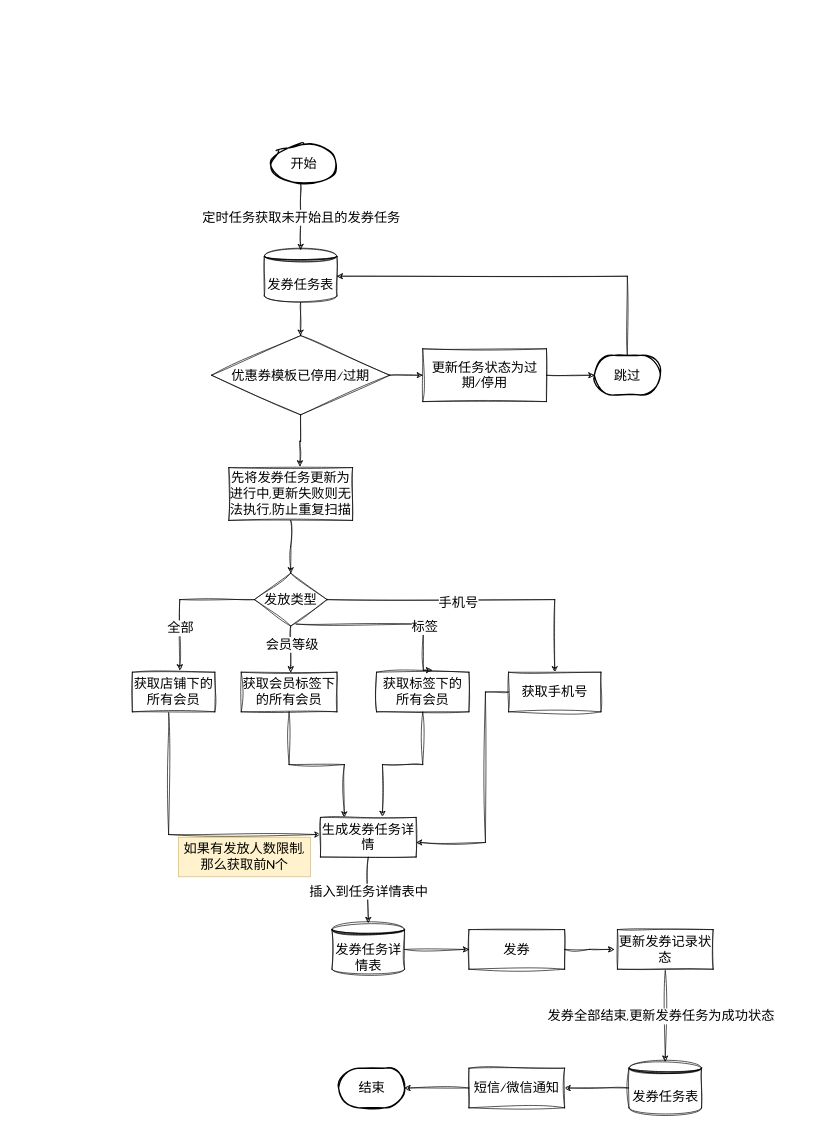
Before: 发券任务流程.drawio in CodeShowZz/PicGo, a draw.io diagram. Source tidied: cells renumbered, new cells numbered last; positions are measured from the earlier drawing's top-left corner, leaving out a move shared by most shapes. Both pictures are drawn from the tidied source at 66%, with x=0, y=0 at pixel (132, 144).
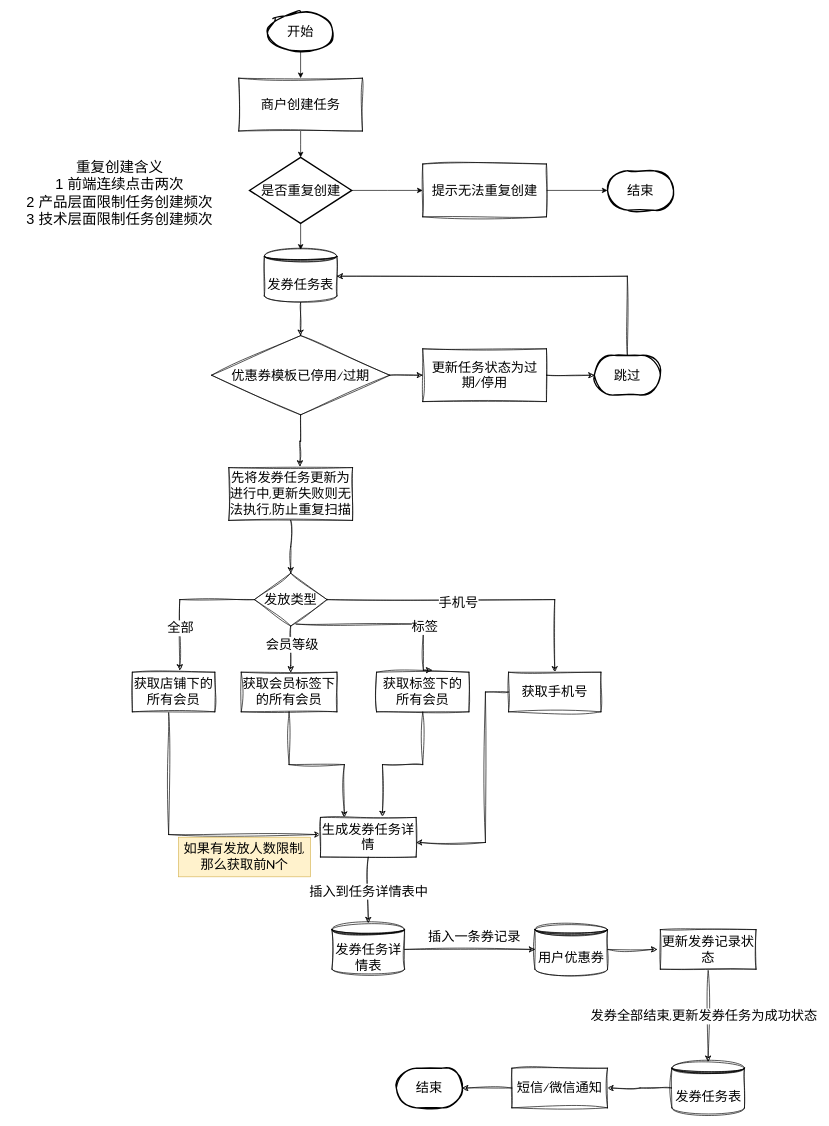
The same page after the edit.

Commit message:
更新发券任务流程.drawio

The change refers to these unchanged cells:
```xml
<mxCell id="5" value="发券任务表" style="shape=datastore;whiteSpace=wrap;html=1;sketch=1;hachureGap=4;jiggle=2;curveFitting=1;fontFamily=Architects Daughter;fontSize=20;" parent="1" vertex="1">
  <mxGeometry x="200" y="160" width="110" height="80" as="geometry" />
</mxCell>
<mxCell id="30" value="发券任务详情表" style="shape=datastore;whiteSpace=wrap;html=1;sketch=1;hachureGap=4;jiggle=2;curveFitting=1;fontFamily=Architects Daughter;fontSize=20;" parent="1" vertex="1">
  <mxGeometry x="302.5" y="1180" width="110" height="80" as="geometry" />
</mxCell>
```

Change to the diagram source:
```diff
@@
-    <mxCell id="2" style="edgeStyle=orthogonalEdgeStyle;rounded=0;sketch=1;hachureGap=4;jiggle=2;curveFitting=1;jettySize=auto;html=1;fontFamily=Architects Daughter;fontSize=16;" parent="1" edge="1" target="5">
-      <mxGeometry relative="1" as="geometry">
-        <mxPoint x="255" y="60" as="sourcePoint" />
-      </mxGeometry>
-    </mxCell>
-    <mxCell id="3" value="定时任务获取未开始且的发券任务" style="edgeLabel;html=1;align=center;verticalAlign=middle;fontSize=20;fontFamily=Architects Daughter;" parent="2" vertex="1">
-      <mxGeometry x="-0.26" y="-5" relative="1" as="geometry">
-        <mxPoint x="5" y="13" as="offset" />
-      </mxGeometry>
-    </mxCell>
@@
+    <mxCell id="49" style="edgeStyle=orthogonalEdgeStyle;rounded=0;jettySize=auto;html=1;entryX=0.5;entryY=0;entryDx=0;entryDy=0;" parent="1" edge="1" source="23" target="51">
+      <mxGeometry relative="1" as="geometry" />
+    </mxCell>
     <mxCell id="23" value="开始" style="strokeWidth=2;html=1;shape=mxgraph.flowchart.start_1;whiteSpace=wrap;sketch=1;hachureGap=4;jiggle=2;curveFitting=1;fontFamily=Architects Daughter;fontSize=20;" parent="1" vertex="1">
-      <mxGeometry x="210" width="100" height="60" as="geometry" />
+      <mxGeometry x="205" y="-200" width="100" height="60" as="geometry" />
     </mxCell>
@@
-    <mxCell id="29" style="edgeStyle=orthogonalEdgeStyle;rounded=0;sketch=1;hachureGap=4;jiggle=2;curveFitting=1;jettySize=auto;html=1;entryX=0;entryY=0.5;entryDx=0;entryDy=0;fontFamily=Architects Daughter;fontSize=16;" parent="1" edge="1" source="30" target="32">
-      <mxGeometry relative="1" as="geometry" />
-    </mxCell>
@@
-    <mxCell id="31" style="edgeStyle=orthogonalEdgeStyle;rounded=0;sketch=1;hachureGap=4;jiggle=2;curveFitting=1;jettySize=auto;html=1;fontFamily=Architects Daughter;fontSize=16;" parent="1" edge="1" source="32">
+    <mxCell id="31" style="edgeStyle=orthogonalEdgeStyle;rounded=0;sketch=1;hachureGap=4;jiggle=2;curveFitting=1;orthogonalLoop=1;jettySize=auto;html=1;fontFamily=Architects Daughter;fontSize=16;" parent="1" edge="1">
       <mxGeometry relative="1" as="geometry">
-        <mxPoint x="730" y="1220" as="targetPoint" />
+        <mxPoint x="720" y="1220" as="sourcePoint" />
+        <mxPoint x="795" y="1220" as="targetPoint" />
       </mxGeometry>
     </mxCell>
-    <mxCell id="32" value="发券" style="rounded=0;whiteSpace=wrap;html=1;sketch=1;hachureGap=4;jiggle=2;curveFitting=1;fontFamily=Architects Daughter;fontSize=20;" parent="1" vertex="1">
-      <mxGeometry x="510" y="1190" width="145" height="60" as="geometry" />
-    </mxCell>
@@
     <mxCell id="35" value="更新发券记录状态" style="rounded=0;whiteSpace=wrap;html=1;sketch=1;hachureGap=4;jiggle=2;curveFitting=1;fontFamily=Architects Daughter;fontSize=20;" parent="1" vertex="1">
-      <mxGeometry x="735" y="1190" width="145" height="60" as="geometry" />
+      <mxGeometry x="800" y="1190" width="145" height="60" as="geometry" />
     </mxCell>
@@
-    <mxCell id="44" style="edgeStyle=orthogonalEdgeStyle;rounded=0;sketch=1;hachureGap=4;jiggle=2;curveFitting=1;jettySize=auto;html=1;fontFamily=Architects Daughter;fontSize=16;" parent="1" edge="1" source="45" target="48">
-      <mxGeometry relative="1" as="geometry" />
+    <mxCell id="44" style="edgeStyle=orthogonalEdgeStyle;rounded=0;sketch=1;hachureGap=4;jiggle=2;curveFitting=1;jettySize=auto;html=1;fontFamily=Architects Daughter;fontSize=16;" parent="1" edge="1" source="45">
+      <mxGeometry relative="1" as="geometry">
+        <mxPoint x="720" y="1430" as="targetPoint" />
+      </mxGeometry>
     </mxCell>
     <mxCell id="45" value="发券任务表" style="shape=datastore;whiteSpace=wrap;html=1;sketch=1;hachureGap=4;jiggle=2;curveFitting=1;fontFamily=Architects Daughter;fontSize=20;" parent="1" vertex="1">
-      <mxGeometry x="752.5" y="1390" width="110" height="80" as="geometry" />
+      <mxGeometry x="817.5" y="1390" width="110" height="80" as="geometry" />
     </mxCell>
     <mxCell id="46" value="结束" style="strokeWidth=2;html=1;shape=mxgraph.flowchart.terminator;whiteSpace=wrap;sketch=1;hachureGap=4;jiggle=2;curveFitting=1;fontFamily=Architects Daughter;fontSize=20;" parent="1" vertex="1">
-      <mxGeometry x="312.5" y="1400" width="100" height="60" as="geometry" />
+      <mxGeometry x="400" y="1400" width="100" height="60" as="geometry" />
     </mxCell>
@@
     <mxCell id="48" value="短信/微信通知" style="rounded=0;whiteSpace=wrap;html=1;sketch=1;hachureGap=4;jiggle=2;curveFitting=1;fontFamily=Architects Daughter;fontSize=20;" parent="1" vertex="1">
-      <mxGeometry x="510" y="1400" width="145" height="60" as="geometry" />
+      <mxGeometry x="575" y="1400" width="145" height="60" as="geometry" />
     </mxCell>
+    <mxCell id="50" style="edgeStyle=orthogonalEdgeStyle;rounded=0;jettySize=auto;html=1;" parent="1" edge="1" source="51" target="54">
+      <mxGeometry relative="1" as="geometry" />
+    </mxCell>
+    <mxCell id="51" value="商户创建任务" style="rounded=0;whiteSpace=wrap;html=1;sketch=1;hachureGap=4;jiggle=2;curveFitting=1;fontFamily=Architects Daughter;fontSize=20;" parent="1" vertex="1">
+      <mxGeometry x="161.2" y="-100" width="187.5" height="80" as="geometry" />
+    </mxCell>
+    <mxCell id="52" style="edgeStyle=orthogonalEdgeStyle;rounded=0;jettySize=auto;html=1;entryX=0.5;entryY=0;entryDx=0;entryDy=0;" parent="1" edge="1" source="54" target="5">
+      <mxGeometry relative="1" as="geometry" />
+    </mxCell>
+    <mxCell id="53" style="edgeStyle=orthogonalEdgeStyle;rounded=0;jettySize=auto;html=1;" parent="1" edge="1" source="54">
+      <mxGeometry relative="1" as="geometry">
+        <mxPoint x="440" y="70" as="targetPoint" />
+      </mxGeometry>
+    </mxCell>
+    <mxCell id="54" value="是否重复创建" style="strokeWidth=2;html=1;shape=mxgraph.flowchart.decision;whiteSpace=wrap;fontSize=20;" parent="1" vertex="1">
+      <mxGeometry x="177.5" y="20" width="155" height="100" as="geometry" />
+    </mxCell>
+    <mxCell id="55" value="重复创建含义&lt;br style=&quot;font-size: 22px;&quot;&gt;1 前端连续点击两次&lt;br style=&quot;font-size: 22px;&quot;&gt;2 产品层面限制任务创建频次&lt;br style=&quot;font-size: 22px;&quot;&gt;3 技术层面限制任务创建频次" style="text;html=1;strokeColor=none;fillColor=none;align=center;verticalAlign=middle;whiteSpace=wrap;rounded=0;fontSize=22;" parent="1" vertex="1">
+      <mxGeometry x="-183.8" y="10" width="330" height="130" as="geometry" />
+    </mxCell>
+    <mxCell id="56" style="edgeStyle=orthogonalEdgeStyle;rounded=0;jettySize=auto;html=1;entryX=0;entryY=0.5;entryDx=0;entryDy=0;entryPerimeter=0;" parent="1" edge="1" source="57" target="58">
+      <mxGeometry relative="1" as="geometry" />
+    </mxCell>
+    <mxCell id="57" value="提示无法重复创建" style="rounded=0;whiteSpace=wrap;html=1;sketch=1;hachureGap=4;jiggle=2;curveFitting=1;fontFamily=Architects Daughter;fontSize=20;" parent="1" vertex="1">
+      <mxGeometry x="440" y="30" width="187.5" height="80" as="geometry" />
+    </mxCell>
+    <mxCell id="58" value="结束" style="strokeWidth=2;html=1;shape=mxgraph.flowchart.terminator;whiteSpace=wrap;sketch=1;hachureGap=4;jiggle=2;curveFitting=1;fontFamily=Architects Daughter;fontSize=20;" parent="1" vertex="1">
+      <mxGeometry x="720" y="40" width="100" height="60" as="geometry" />
+    </mxCell>
+    <mxCell id="59" value="用户优惠券" style="shape=datastore;whiteSpace=wrap;html=1;sketch=1;hachureGap=4;jiggle=2;curveFitting=1;fontFamily=Architects Daughter;fontSize=20;" parent="1" vertex="1">
+      <mxGeometry x="610" y="1180" width="110" height="80" as="geometry" />
+    </mxCell>
+    <mxCell id="60" value="插入一条券记录" style="edgeLabel;html=1;align=center;verticalAlign=middle;fontSize=20;fontFamily=Architects Daughter;" parent="1" vertex="1">
+      <mxGeometry x="412.5" y="1160" as="geometry">
+        <mxPoint x="105" y="39" as="offset" />
+      </mxGeometry>
+    </mxCell>
+    <mxCell id="61" style="edgeStyle=orthogonalEdgeStyle;rounded=0;sketch=1;hachureGap=4;jiggle=2;curveFitting=1;jettySize=auto;html=1;fontFamily=Architects Daughter;fontSize=16;entryX=0;entryY=0.5;entryDx=0;entryDy=0;exitX=1;exitY=0.5;exitDx=0;exitDy=0;" parent="1" edge="1" source="30" target="59">
+      <mxGeometry relative="1" as="geometry" />
+    </mxCell>
```
